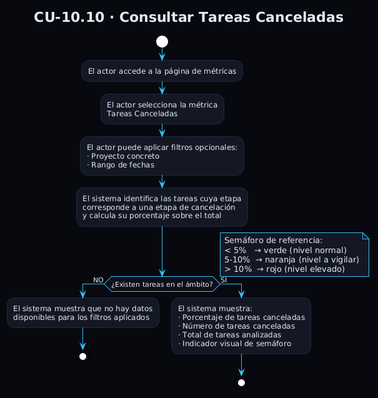
Before: Estudiantes/cesar-garcia-eguiguren/Capítulo-2/imagenes/CdU/metricas/flujoCU10.10.png, a diagram exported from PlantUML (ceesargaarcia/GII-TFG-2026). Its diagram source:
```plantuml
@startuml
!theme plain
skinparam backgroundColor #07090F
skinparam defaultFontColor #E2E8F5
skinparam ArrowColor #38BDF8
skinparam ActivityBorderColor #1E2840
skinparam ActivityBackgroundColor #141824
skinparam ActivityDiamondBackgroundColor #0D1018
skinparam ActivityDiamondBorderColor #38BDF8
skinparam NoteBackgroundColor #141824
skinparam NoteBorderColor #38BDF8
title CU-10.10 · Consultar Tareas Canceladas

start
:El actor accede a la página de métricas;
:El actor selecciona la métrica
Tareas Canceladas;
:El actor puede aplicar filtros opcionales:
· Proyecto concreto
· Rango de fechas;

:El sistema identifica las tareas cuya etapa
corresponde a una etapa de cancelación
y calcula su porcentaje sobre el total;

if (¿Existen tareas en el ámbito?) then (NO)
  :El sistema muestra que no hay datos
  disponibles para los filtros aplicados;
  stop
else (SÍ)
  :El sistema muestra:
  · Porcentaje de tareas canceladas
  · Número de tareas canceladas
  · Total de tareas analizadas
  · Indicador visual de semáforo;
  stop
endif

note right
  Semáforo de referencia:
  < 5%   → verde (nivel normal)
  5-10%  → naranja (nivel a vigilar)
  > 10%  → rojo (nivel elevado)
end note
@enduml
```
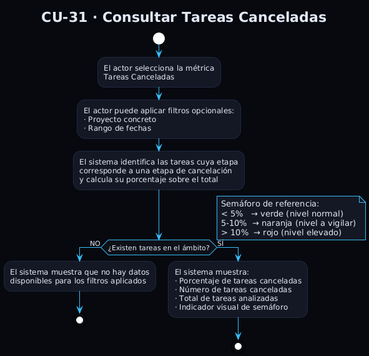
The same diagram one commit later.

Change to the diagram source:
```diff
@@ -9,10 +9,9 @@
 skinparam ActivityDiamondBorderColor #38BDF8
 skinparam NoteBackgroundColor #141824
 skinparam NoteBorderColor #38BDF8
-title CU-10.10 · Consultar Tareas Canceladas
+title CU-31 · Consultar Tareas Canceladas
 
 start
-:El actor accede a la página de métricas;
 :El actor selecciona la métrica
 Tareas Canceladas;
 :El actor puede aplicar filtros opcionales:
```
